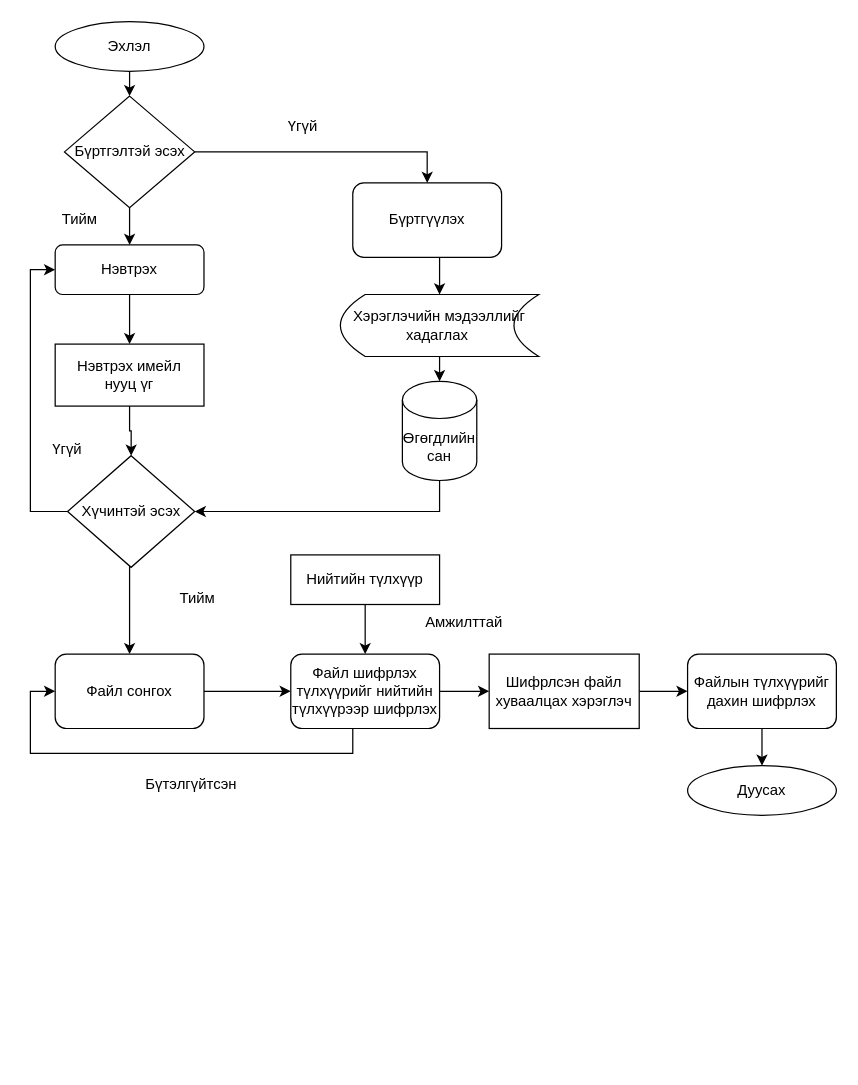
Above: draw.io/block_scheme.drawio in myagmartseren/pre_report (draw.io), before the change. Source tidied: cells renumbered, new cells numbered last; positions are measured from the earlier drawing's top-left corner, leaving out a move shared by most shapes. Both pictures are drawn from the tidied source at 124%, with x=0, y=0 at pixel (30, 21).
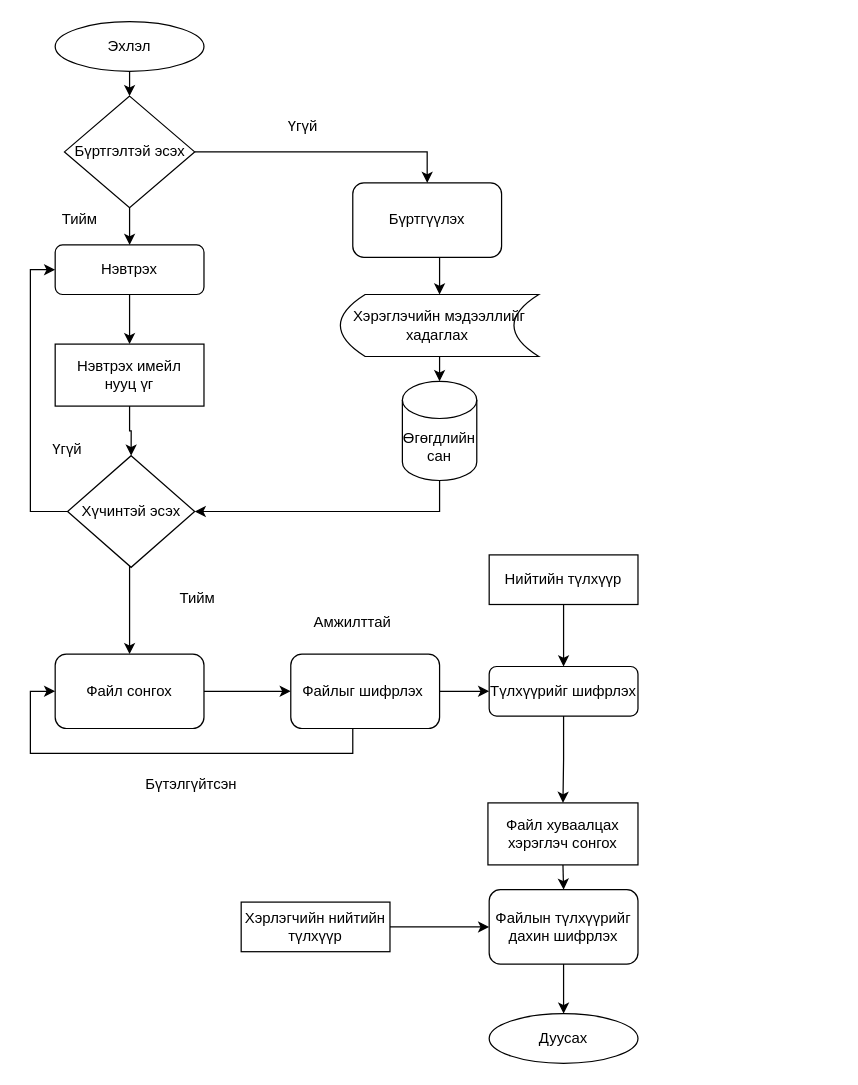
Above is the later version.

Change to the diagram source:
```diff
@@
-    <mxCell id="18" style="edgeStyle=orthogonalEdgeStyle;rounded=0;jettySize=auto;html=1;exitX=1;exitY=0.5;exitDx=0;exitDy=0;entryX=0;entryY=0.5;entryDx=0;entryDy=0;" parent="1" edge="1" source="19" target="21">
+    <mxCell id="18" style="edgeStyle=orthogonalEdgeStyle;rounded=0;jettySize=auto;html=1;exitX=1;exitY=0.5;exitDx=0;exitDy=0;entryX=0;entryY=0.5;entryDx=0;entryDy=0;" parent="1" edge="1" source="19" target="40">
       <mxGeometry relative="1" as="geometry" />
     </mxCell>
-    <mxCell id="19" value="Файл шифрлэх түлхүүрийг нийтийн түлхүүрээр шифрлэх" style="rounded=1;whiteSpace=wrap;html=1;" parent="1" vertex="1">
+    <mxCell id="19" value="Файлыг шифрлэх&amp;nbsp;" style="rounded=1;whiteSpace=wrap;html=1;" parent="1" vertex="1">
       <mxGeometry x="210" y="510" width="120" height="60" as="geometry" />
     </mxCell>
-    <mxCell id="20" style="edgeStyle=orthogonalEdgeStyle;rounded=0;jettySize=auto;html=1;exitX=1;exitY=0.5;exitDx=0;exitDy=0;entryX=0;entryY=0.5;entryDx=0;entryDy=0;" parent="1" edge="1" source="21" target="23">
+    <mxCell id="20" style="edgeStyle=orthogonalEdgeStyle;rounded=0;jettySize=auto;html=1;exitX=0.5;exitY=1;exitDx=0;exitDy=0;entryX=0.5;entryY=0;entryDx=0;entryDy=0;" parent="1" edge="1" source="21" target="23">
       <mxGeometry relative="1" as="geometry" />
     </mxCell>
-    <mxCell id="21" value="Шифрлсэн файл хуваалцах хэрэглэч" style="rounded=0;whiteSpace=wrap;html=1;" parent="1" vertex="1">
-      <mxGeometry x="370" y="510" width="121" height="60" as="geometry" />
+    <mxCell id="21" value="Файл хуваалцах хэрэглэч сонгох" style="rounded=0;whiteSpace=wrap;html=1;" parent="1" vertex="1">
+      <mxGeometry x="369" y="630" width="121" height="50" as="geometry" />
     </mxCell>
@@
     <mxCell id="23" value="Файлын түлхүүрийг дахин шифрлэх" style="rounded=1;whiteSpace=wrap;html=1;" parent="1" vertex="1">
-      <mxGeometry x="530" y="510" width="120" height="60" as="geometry" />
+      <mxGeometry x="370" y="700" width="120" height="60" as="geometry" />
     </mxCell>
-    <mxCell id="24" style="edgeStyle=orthogonalEdgeStyle;rounded=0;jettySize=auto;html=1;exitX=0.5;exitY=1;exitDx=0;exitDy=0;entryX=0.5;entryY=0;entryDx=0;entryDy=0;" parent="1" edge="1" source="25" target="19">
-      <mxGeometry relative="1" as="geometry">
-        <Array as="points">
-          <mxPoint x="270" y="460" />
-        </Array>
-      </mxGeometry>
-    </mxCell>
+    <mxCell id="38" style="edgeStyle=orthogonalEdgeStyle;rounded=0;jettySize=auto;html=1;exitX=0.5;exitY=1;exitDx=0;exitDy=0;" parent="1" edge="1" source="25" target="40">
+      <mxGeometry relative="1" as="geometry" />
+    </mxCell>
     <mxCell id="25" value="Нийтийн түлхүүр" style="rounded=0;whiteSpace=wrap;html=1;" parent="1" vertex="1">
-      <mxGeometry x="210" y="430" width="120" height="40" as="geometry" />
+      <mxGeometry x="370" y="430" width="120" height="40" as="geometry" />
     </mxCell>
     <mxCell id="26" value="Дуусах" style="ellipse;whiteSpace=wrap;html=1;" parent="1" vertex="1">
-      <mxGeometry x="530" y="600" width="120" height="40" as="geometry" />
+      <mxGeometry x="370" y="800" width="120" height="40" as="geometry" />
     </mxCell>
@@
     <mxCell id="37" value="Амжилттай" style="text;strokeColor=none;align=center;fillColor=none;html=1;verticalAlign=middle;whiteSpace=wrap;rounded=0;" parent="1" vertex="1">
-      <mxGeometry x="320" y="470" width="60" height="30" as="geometry" />
+      <mxGeometry x="230" y="470" width="60" height="30" as="geometry" />
     </mxCell>
+    <mxCell id="39" style="edgeStyle=orthogonalEdgeStyle;rounded=0;jettySize=auto;html=1;exitX=0.5;exitY=1;exitDx=0;exitDy=0;entryX=0.5;entryY=0;entryDx=0;entryDy=0;" parent="1" edge="1" source="40" target="21">
+      <mxGeometry relative="1" as="geometry" />
+    </mxCell>
+    <mxCell id="40" value="Түлхүүрийг шифрлэх" style="rounded=1;whiteSpace=wrap;html=1;" parent="1" vertex="1">
+      <mxGeometry x="370" y="520" width="120" height="40" as="geometry" />
+    </mxCell>
+    <mxCell id="41" style="edgeStyle=orthogonalEdgeStyle;rounded=0;jettySize=auto;html=1;exitX=1;exitY=0.5;exitDx=0;exitDy=0;" parent="1" edge="1" source="42" target="23">
+      <mxGeometry relative="1" as="geometry" />
+    </mxCell>
+    <mxCell id="42" value="Хэрлэгчийн нийтийн түлхүүр" style="rounded=0;whiteSpace=wrap;html=1;" parent="1" vertex="1">
+      <mxGeometry x="170" y="710" width="120" height="40" as="geometry" />
+    </mxCell>
```
